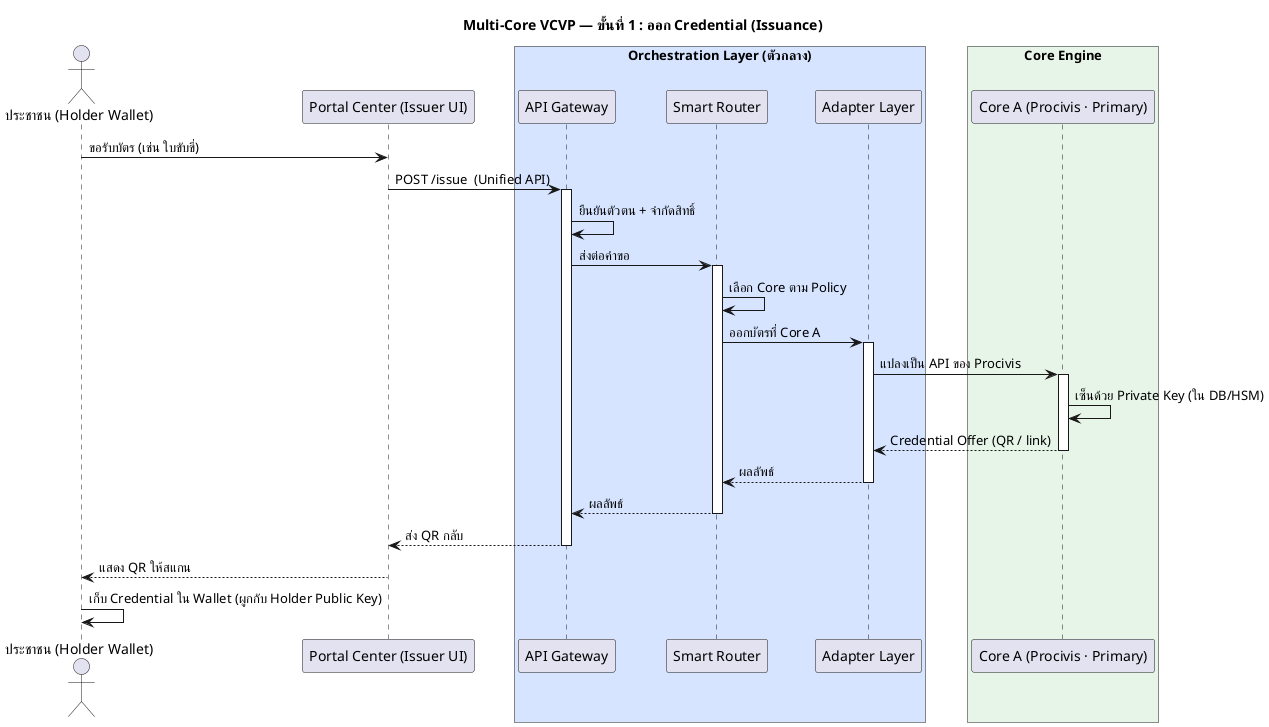
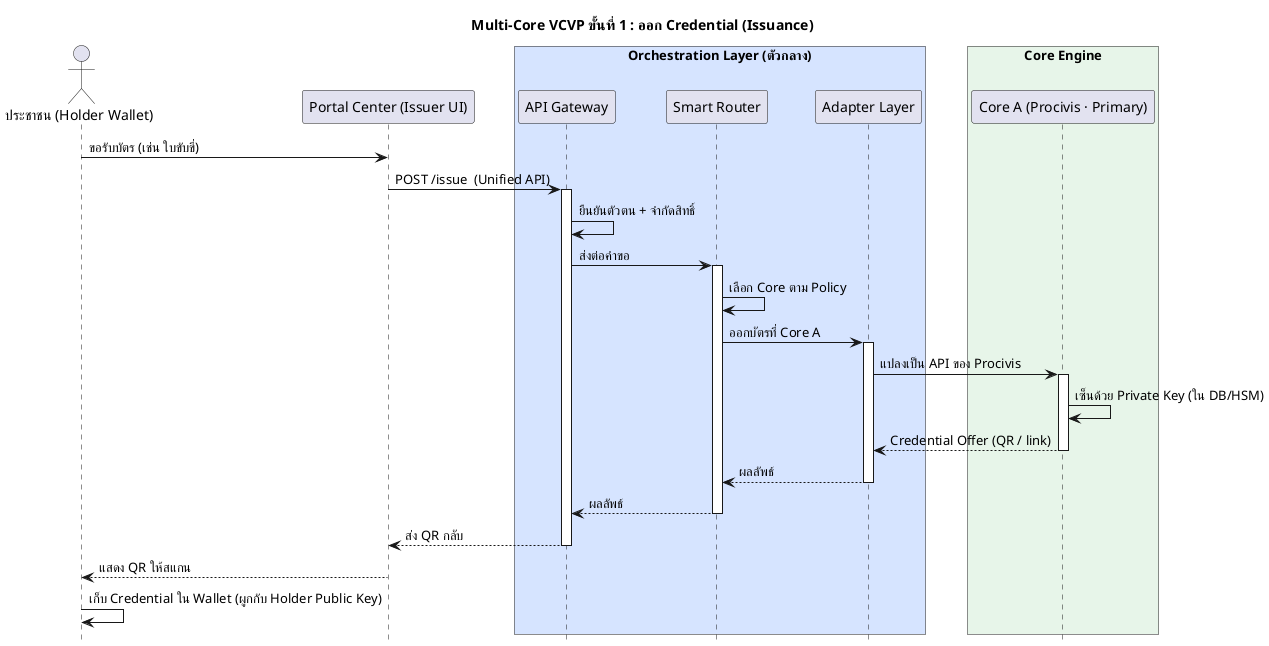
@startuml
- title Multi-Core VCVP — ขั้นที่ 1 : ออก Credential (Issuance)
+ 
+ hide footbox
+ 
+ title Multi-Core VCVP ขั้นที่ 1 : ออก Credential (Issuance)

actor "ประชาชน (Holder Wallet)" as Holder
participant "Portal Center (Issuer UI)" as Portal

box "Orchestration Layer (ตัวกลาง)" #d6e4ff
participant "API Gateway" as GW
participant "Smart Router" as Router
participant "Adapter Layer" as Adapter
end box

box "Core Engine" #e7f5e9
participant "Core A (Procivis · Primary)" as CoreA
end box

Holder->Portal: ขอรับบัตร (เช่น ใบขับขี่)
Portal->GW: POST /issue  (Unified API)
activate GW
GW->GW: ยืนยันตัวตน + จำกัดสิทธิ์
GW->Router: ส่งต่อคำขอ
activate Router
Router->Router: เลือก Core ตาม Policy
Router->Adapter: ออกบัตรที่ Core A
activate Adapter
Adapter->CoreA: แปลงเป็น API ของ Procivis
activate CoreA
CoreA->CoreA: เซ็นด้วย Private Key (ใน DB/HSM)
CoreA-->Adapter: Credential Offer (QR / link)
deactivate CoreA
Adapter-->Router: ผลลัพธ์
deactivate Adapter
Router-->GW: ผลลัพธ์
deactivate Router
GW-->Portal: ส่ง QR กลับ
deactivate GW
Portal-->Holder: แสดง QR ให้สแกน
Holder->Holder: เก็บ Credential ใน Wallet (ผูกกับ Holder Public Key)
@enduml
